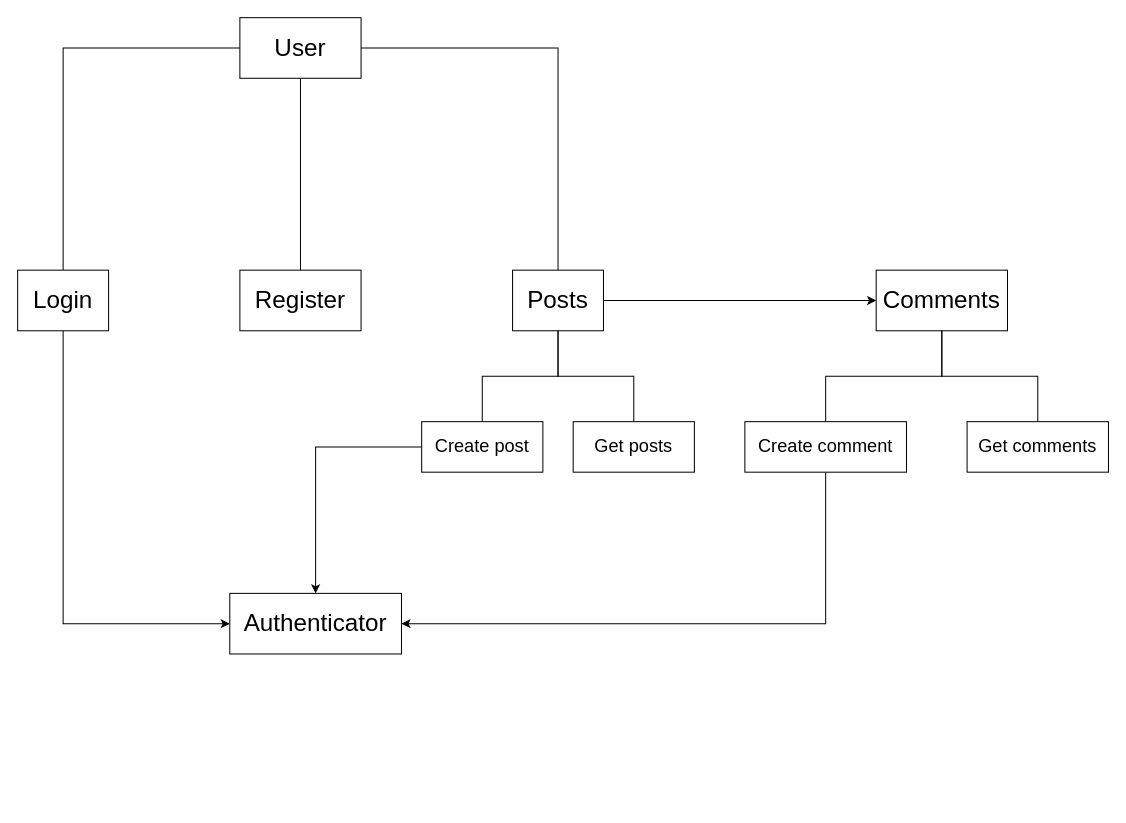
Above: Documentation/Architecture Diagram.drawio in MiroRahkonen/Distributed-systems-project (draw.io), before the change. Source tidied: cells renumbered, new cells numbered last; positions are measured from the earlier drawing's top-left corner, leaving out a move shared by most shapes. Both pictures are drawn from the tidied source at 101%, with x=0, y=0 at pixel (17, 17).
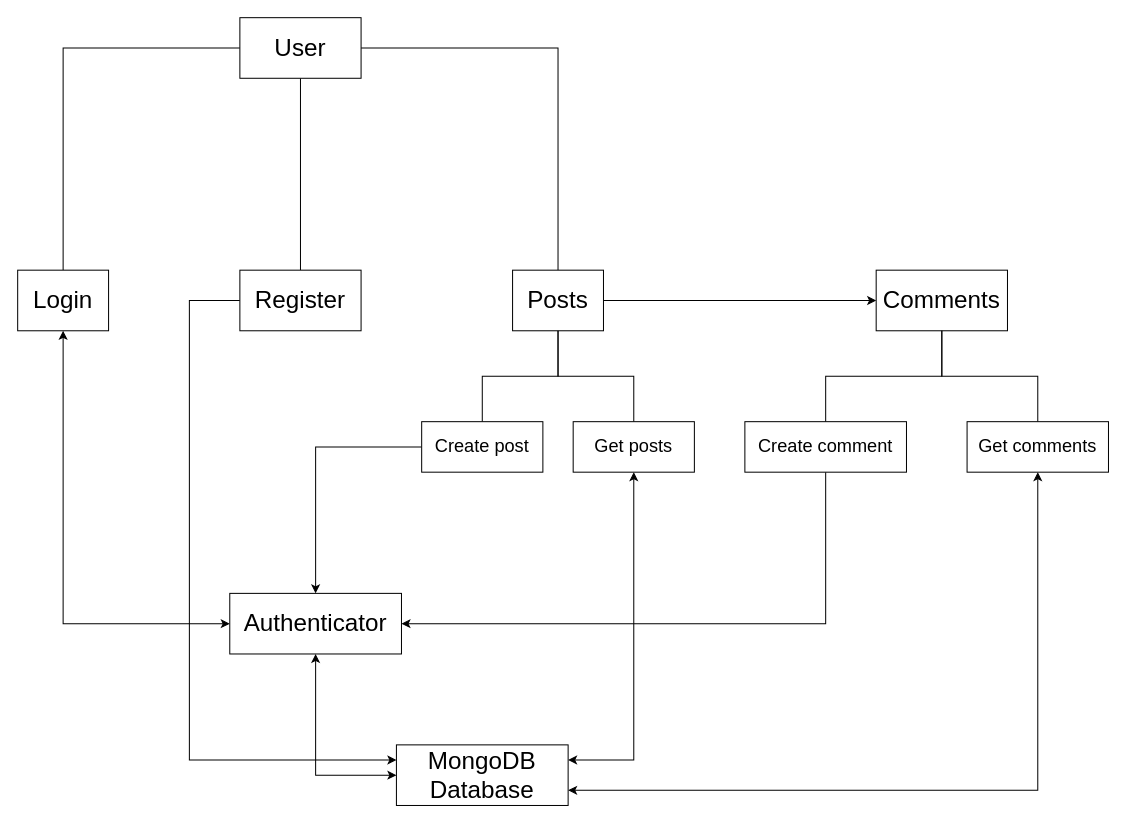
After the change.

The change refers to these unchanged cells:
```xml
<mxCell id="7" value="&lt;font style=&quot;font-size: 24px;&quot;&gt;Authenticator&lt;/font&gt;" style="rounded=0;whiteSpace=wrap;html=1;" parent="1" vertex="1">
  <mxGeometry x="210" y="570" width="170" height="60" as="geometry" />
</mxCell>
<mxCell id="13" value="&lt;font style=&quot;font-size: 24px;&quot;&gt;Login&lt;/font&gt;" style="rounded=0;whiteSpace=wrap;html=1;" parent="1" vertex="1">
  <mxGeometry y="250" width="90" height="60" as="geometry" />
</mxCell>
<mxCell id="14" value="&lt;font style=&quot;font-size: 24px;&quot;&gt;Register&lt;/font&gt;" style="rounded=0;whiteSpace=wrap;html=1;" parent="1" vertex="1">
  <mxGeometry x="220" y="250" width="120" height="60" as="geometry" />
</mxCell>
<mxCell id="17" value="&lt;font style=&quot;font-size: 18px;&quot;&gt;Get posts&lt;/font&gt;" style="rounded=0;whiteSpace=wrap;html=1;" parent="1" vertex="1">
  <mxGeometry x="550" y="400" width="120" height="50" as="geometry" />
</mxCell>
<mxCell id="22" value="&lt;font style=&quot;font-size: 18px;&quot;&gt;Get comments&lt;/font&gt;" style="rounded=0;whiteSpace=wrap;html=1;" parent="1" vertex="1">
  <mxGeometry x="940" y="400" width="140" height="50" as="geometry" />
</mxCell>
```

The edit, as a diff of the source:
```diff
@@
-    <mxCell id="6" style="edgeStyle=orthogonalEdgeStyle;rounded=0;jettySize=auto;html=1;exitX=0;exitY=0.5;exitDx=0;exitDy=0;entryX=0.5;entryY=1;entryDx=0;entryDy=0;endArrow=none;endFill=0;startArrow=classic;startFill=1;" parent="1" edge="1" source="7" target="13">
+    <mxCell id="6" style="edgeStyle=orthogonalEdgeStyle;rounded=0;jettySize=auto;html=1;exitX=0;exitY=0.5;exitDx=0;exitDy=0;entryX=0.5;entryY=1;entryDx=0;entryDy=0;endArrow=classic;endFill=1;startArrow=classic;startFill=1;" parent="1" edge="1" source="7" target="13">
       <mxGeometry relative="1" as="geometry" />
     </mxCell>
@@
+    <mxCell id="23" style="edgeStyle=orthogonalEdgeStyle;rounded=0;jettySize=auto;html=1;exitX=0;exitY=0.5;exitDx=0;exitDy=0;entryX=0;entryY=0.25;entryDx=0;entryDy=0;" parent="1" edge="1" source="14" target="27">
+      <mxGeometry relative="1" as="geometry">
+        <Array as="points">
+          <mxPoint x="170" y="280" />
+          <mxPoint x="170" y="735" />
+        </Array>
+      </mxGeometry>
+    </mxCell>
@@
+    <mxCell id="24" style="edgeStyle=orthogonalEdgeStyle;rounded=0;jettySize=auto;html=1;exitX=0.5;exitY=1;exitDx=0;exitDy=0;entryX=1;entryY=0.25;entryDx=0;entryDy=0;endArrow=classic;endFill=1;startArrow=classic;startFill=1;" parent="1" edge="1" source="17" target="27">
+      <mxGeometry relative="1" as="geometry" />
+    </mxCell>
@@
+    <mxCell id="25" style="edgeStyle=orthogonalEdgeStyle;rounded=0;jettySize=auto;html=1;exitX=0.5;exitY=1;exitDx=0;exitDy=0;entryX=1;entryY=0.75;entryDx=0;entryDy=0;endArrow=classic;endFill=1;startArrow=classic;startFill=1;" parent="1" edge="1" source="22" target="27">
+      <mxGeometry relative="1" as="geometry" />
+    </mxCell>
@@
+    <mxCell id="26" style="edgeStyle=orthogonalEdgeStyle;rounded=0;jettySize=auto;html=1;exitX=0;exitY=0.5;exitDx=0;exitDy=0;entryX=0.5;entryY=1;entryDx=0;entryDy=0;endArrow=classic;endFill=1;startArrow=classic;startFill=1;" parent="1" edge="1" source="27" target="7">
+      <mxGeometry relative="1" as="geometry" />
+    </mxCell>
+    <mxCell id="27" value="&lt;font style=&quot;font-size: 24px;&quot;&gt;MongoDB&lt;br&gt;Database&lt;br&gt;&lt;/font&gt;" style="rounded=0;whiteSpace=wrap;html=1;" parent="1" vertex="1">
+      <mxGeometry x="375" y="720" width="170" height="60" as="geometry" />
+    </mxCell>
```
